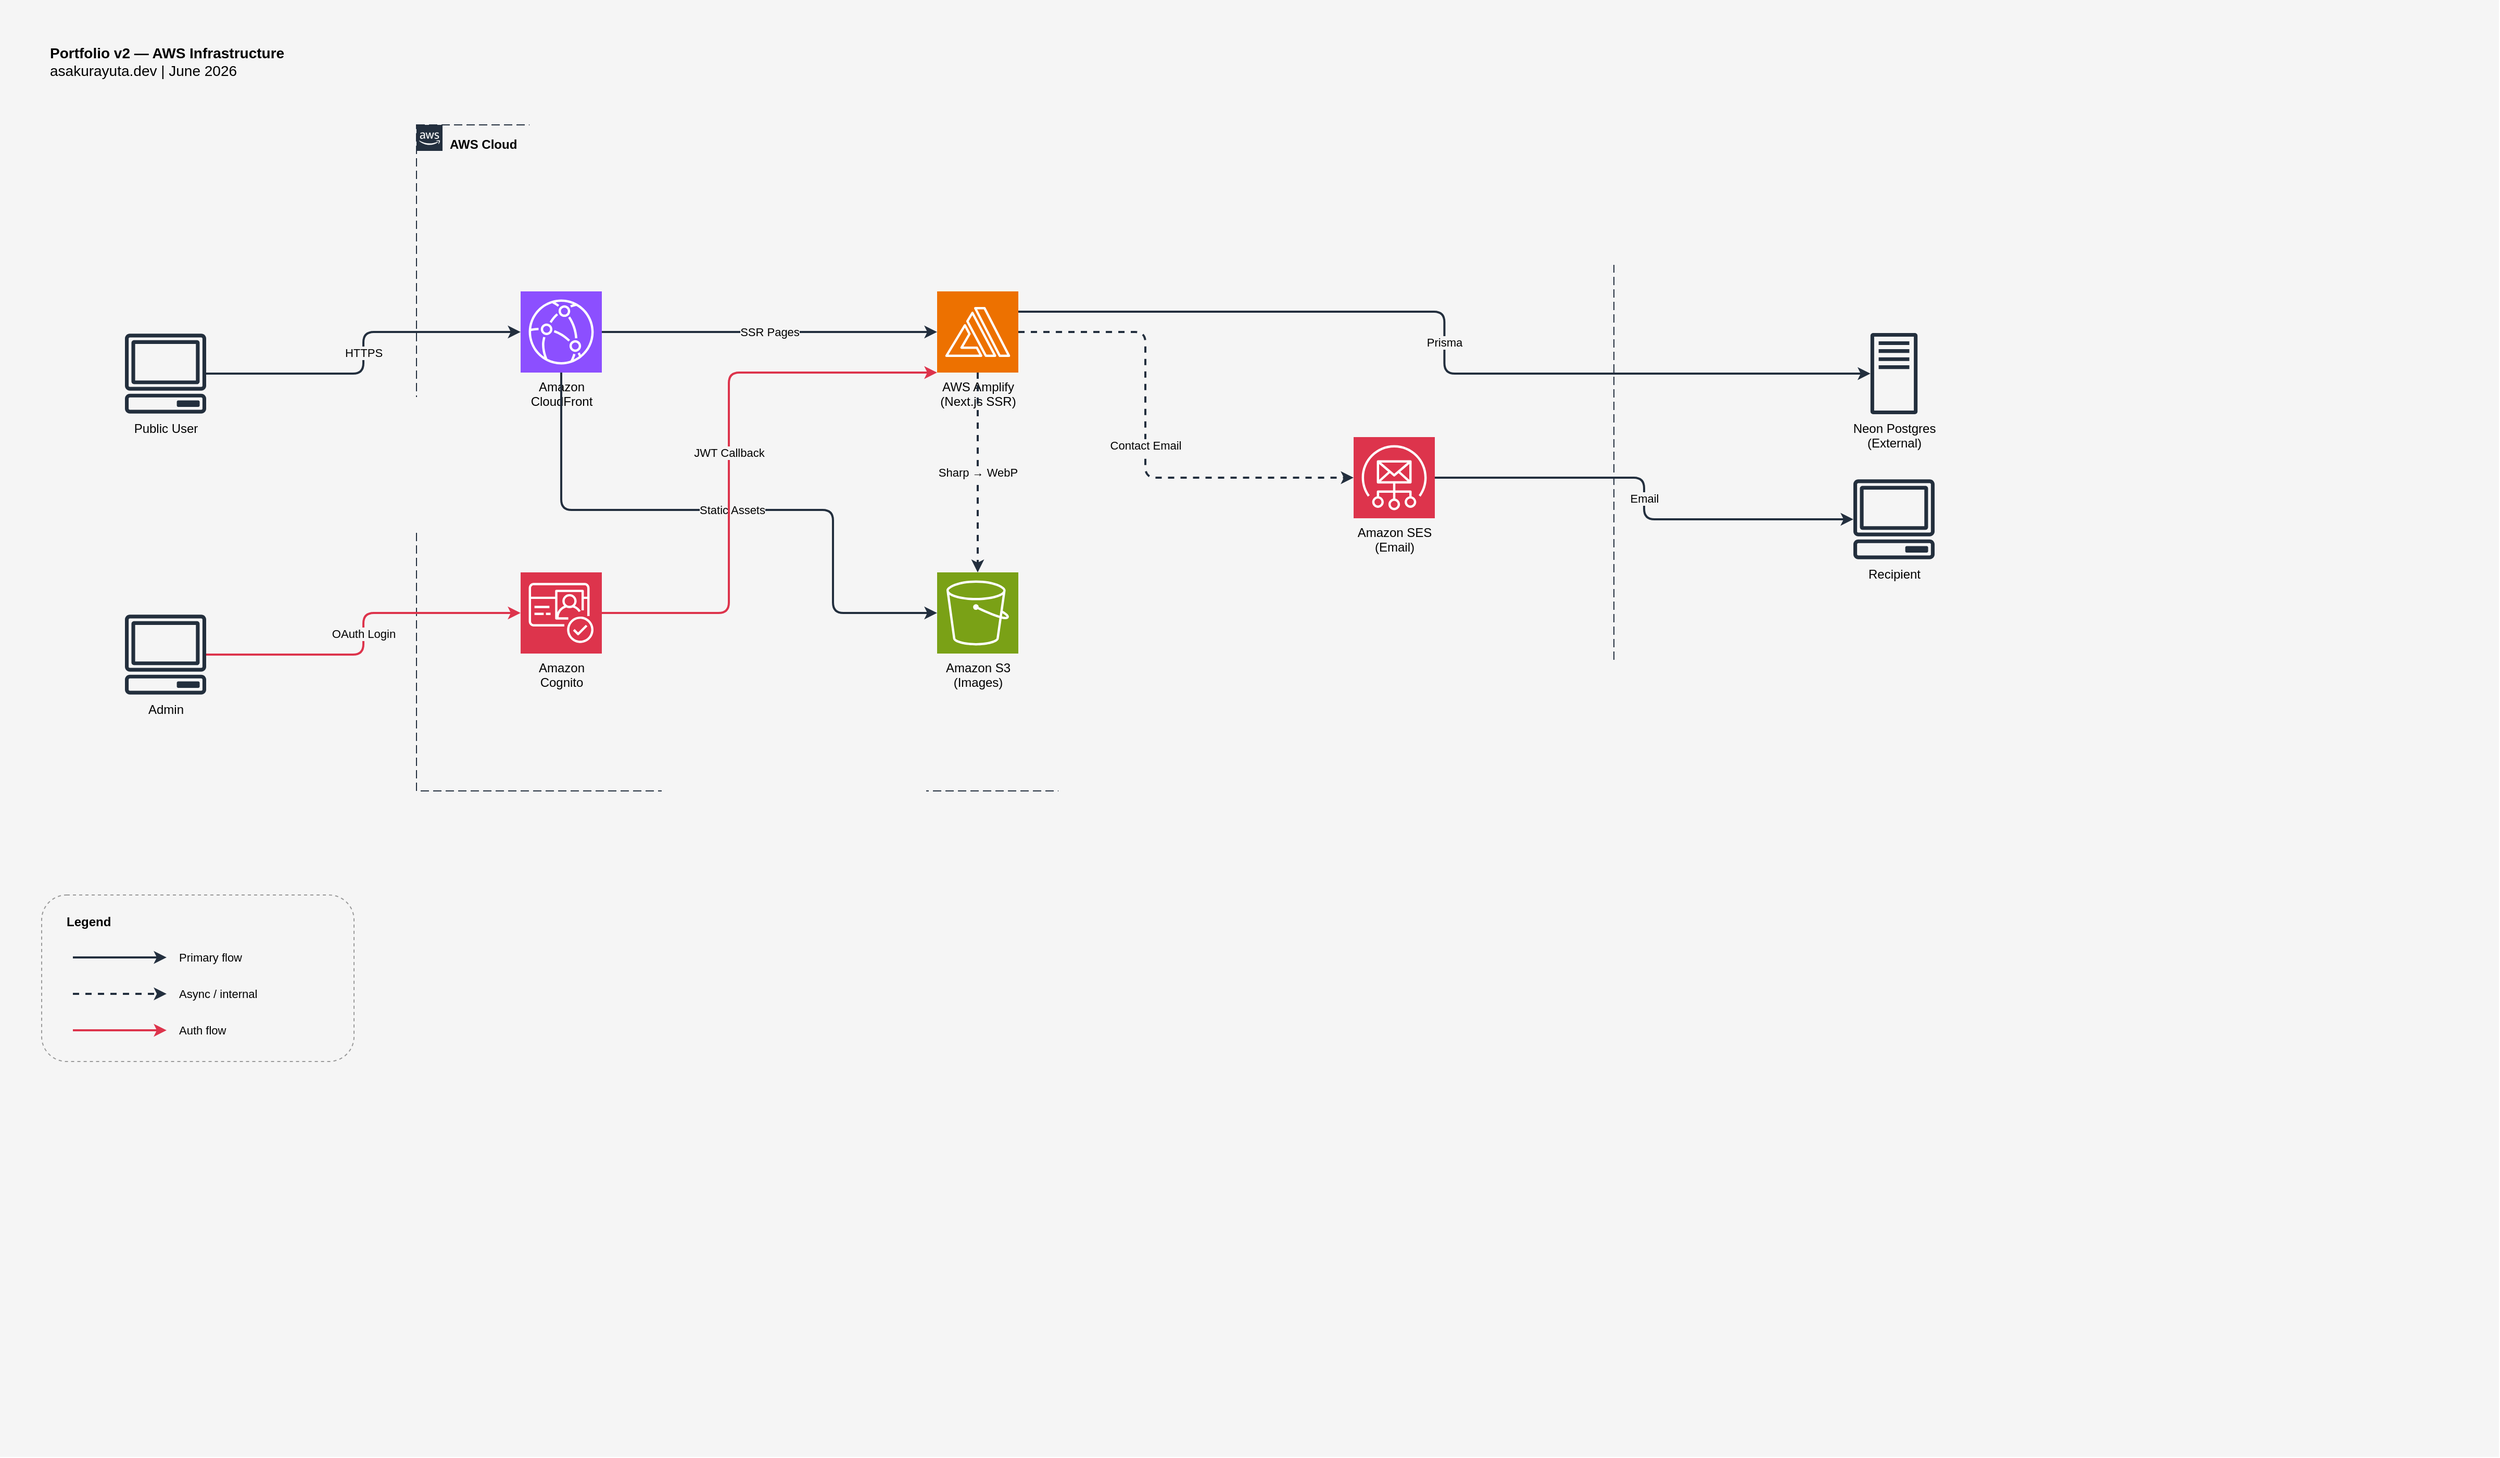
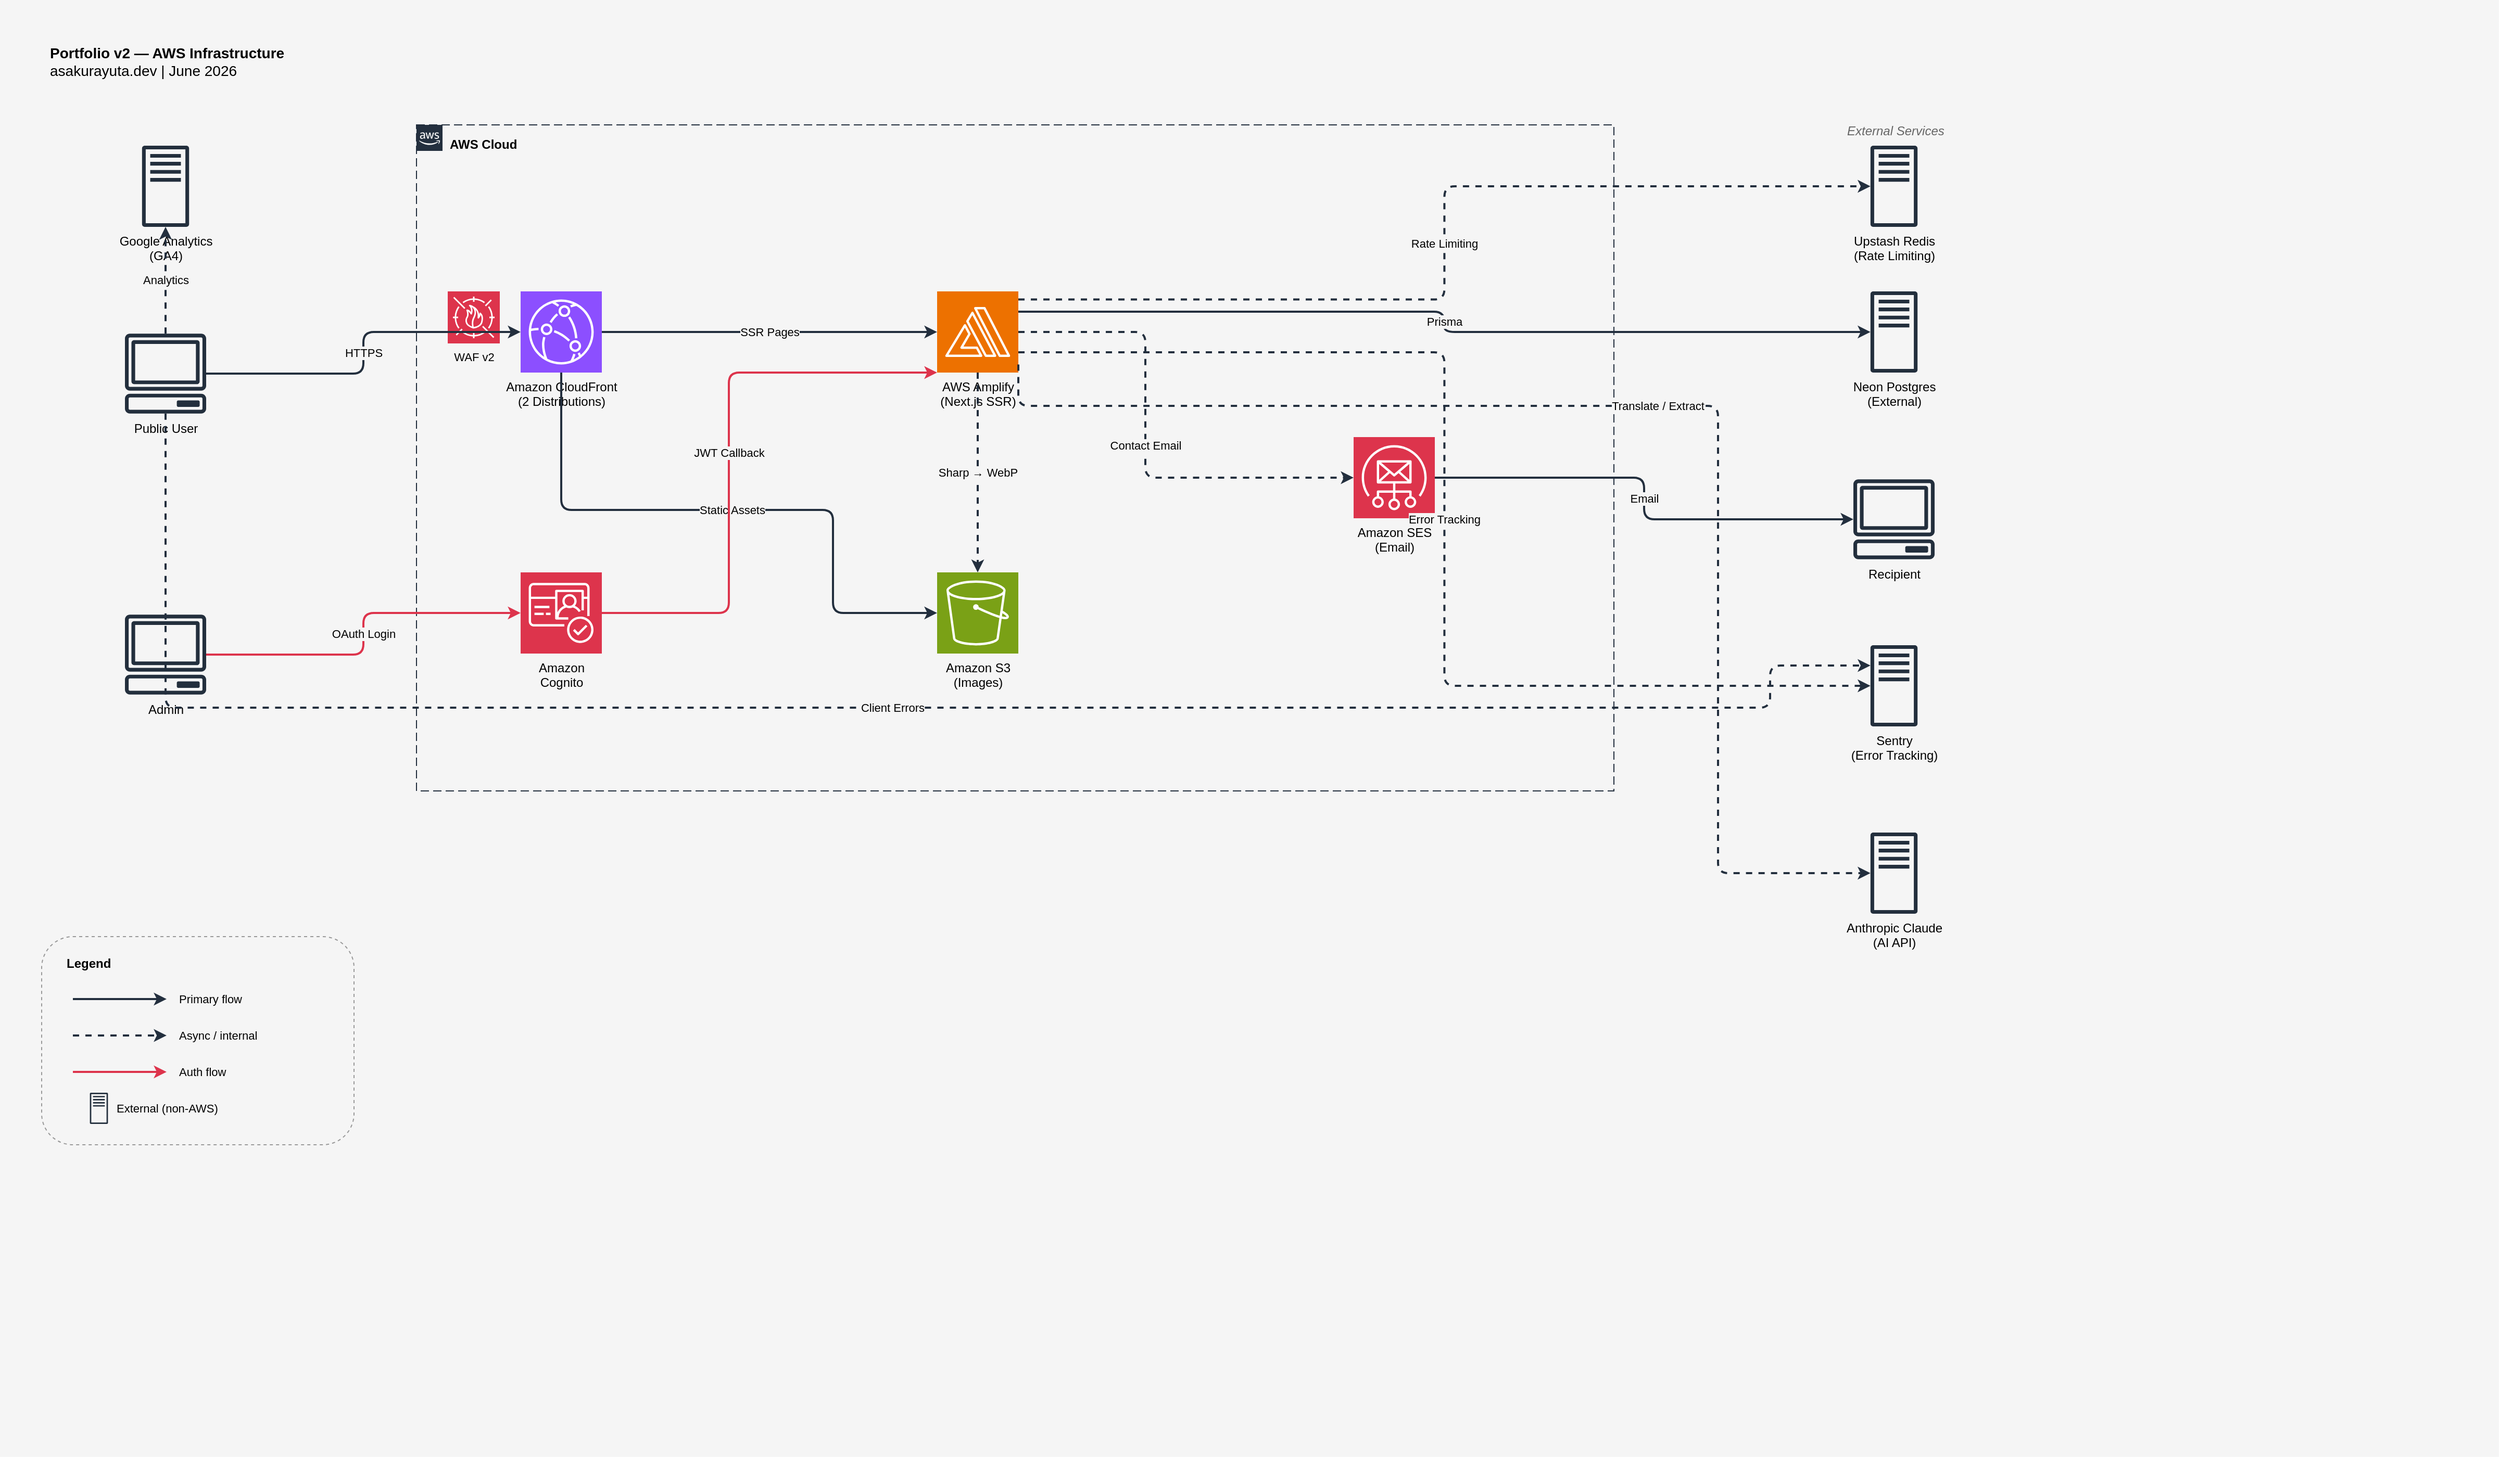
<mxfile host="Electron" agent="aws-architecture-diagram-skill">
  <diagram id="portfolio-infra" name="Portfolio Infrastructure">
    <mxGraphModel dx="1388" dy="1200" grid="1" gridSize="10" guides="1" tooltips="1" connect="1" arrows="1" fold="1" page="1" pageScale="1" pageWidth="2400" pageHeight="1400" math="0" shadow="0">
      <root>
        <mxCell id="0" />
        <mxCell id="1" parent="0" />
        <mxCell id="bg" parent="1" style="rounded=0;whiteSpace=wrap;html=1;fillColor=#F5F5F5;strokeColor=none;fontColor=#000000;labelBorderColor=light-dark(default, #050505);" value="" vertex="1">
          <mxGeometry height="1400" width="2400" as="geometry" />
        </mxCell>
        <mxCell id="title" parent="1" style="text;html=1;align=left;verticalAlign=top;whiteSpace=wrap;rounded=0;fontSize=14;spacing=8;fontColor=#000000;" value="&lt;b&gt;Portfolio v2 — AWS Infrastructure&lt;/b&gt;&lt;br&gt;asakurayuta.dev | June 2026" vertex="1">
          <mxGeometry height="60" width="420" x="40" y="30" as="geometry" />
        </mxCell>
        <mxCell id="aws-cloud" parent="1" style="points=[[0,0],[0.25,0],[0.5,0],[0.75,0],[1,0],[1,0.25],[1,0.5],[1,0.75],[1,1],[0.75,1],[0.5,1],[0.25,1],[0,1],[0,0.75],[0,0.5],[0,0.25]];outlineConnect=0;gradientColor=none;html=1;whiteSpace=wrap;fontSize=12;fontStyle=1;fontColor=#000000;container=1;dropTarget=1;pointerEvents=0;collapsible=0;recursiveResize=0;strokeColor=#232F3E;fillColor=none;dashed=1;dashPattern=8 4;shape=mxgraph.aws4.group;grIcon=mxgraph.aws4.group_aws_cloud_alt;verticalAlign=top;align=left;spacingLeft=30;spacingTop=5;" value="AWS Cloud" vertex="1">
          <mxGeometry height="640" width="1150" x="400" y="120" as="geometry" />
        </mxCell>
-         <mxCell id="cloudfront" parent="aws-cloud" style="sketch=0;points=[[0,0,0],[0.25,0,0],[0.5,0,0],[0.75,0,0],[1,0,0],[0,1,0],[0.25,1,0],[0.5,1,0],[0.75,1,0],[1,1,0],[0,0.25,0],[0,0.5,0],[0,0.75,0],[1,0.25,0],[1,0.5,0],[1,0.75,0]];outlineConnect=0;fontColor=#000000;fillColor=#8C4FFF;strokeColor=#ffffff;dashed=0;verticalLabelPosition=bottom;verticalAlign=top;align=center;html=1;fontSize=12;fontStyle=0;aspect=fixed;shape=mxgraph.aws4.resourceIcon;resIcon=mxgraph.aws4.cloudfront" value="Amazon&lt;br&gt;CloudFront" vertex="1">
+         <mxCell id="waf" parent="aws-cloud" style="sketch=0;points=[[0,0,0],[0.25,0,0],[0.5,0,0],[0.75,0,0],[1,0,0],[0,1,0],[0.25,1,0],[0.5,1,0],[0.75,1,0],[1,1,0],[0,0.25,0],[0,0.5,0],[0,0.75,0],[1,0.25,0],[1,0.5,0],[1,0.75,0]];outlineConnect=0;fontColor=#000000;fillColor=#DD344C;strokeColor=#ffffff;dashed=0;verticalLabelPosition=bottom;verticalAlign=top;align=center;html=1;fontSize=11;fontStyle=0;aspect=fixed;shape=mxgraph.aws4.resourceIcon;resIcon=mxgraph.aws4.waf" value="WAF v2" vertex="1">
+           <mxGeometry height="50" width="50" x="30" y="160" as="geometry" />
+         </mxCell>
+         <mxCell id="cloudfront" parent="aws-cloud" style="sketch=0;points=[[0,0,0],[0.25,0,0],[0.5,0,0],[0.75,0,0],[1,0,0],[0,1,0],[0.25,1,0],[0.5,1,0],[0.75,1,0],[1,1,0],[0,0.25,0],[0,0.5,0],[0,0.75,0],[1,0.25,0],[1,0.5,0],[1,0.75,0]];outlineConnect=0;fontColor=#000000;fillColor=#8C4FFF;strokeColor=#ffffff;dashed=0;verticalLabelPosition=bottom;verticalAlign=top;align=center;html=1;fontSize=12;fontStyle=0;aspect=fixed;shape=mxgraph.aws4.resourceIcon;resIcon=mxgraph.aws4.cloudfront" value="Amazon CloudFront&lt;br&gt;(2 Distributions)" vertex="1">
          <mxGeometry height="78" width="78" x="100" y="160" as="geometry" />
        </mxCell>
        <mxCell id="amplify" parent="aws-cloud" style="sketch=0;points=[[0,0,0],[0.25,0,0],[0.5,0,0],[0.75,0,0],[1,0,0],[0,1,0],[0.25,1,0],[0.5,1,0],[0.75,1,0],[1,1,0],[0,0.25,0],[0,0.5,0],[0,0.75,0],[1,0.25,0],[1,0.5,0],[1,0.75,0]];outlineConnect=0;fontColor=#000000;fillColor=#ED7100;strokeColor=#ffffff;dashed=0;verticalLabelPosition=bottom;verticalAlign=top;align=center;html=1;fontSize=12;fontStyle=0;aspect=fixed;shape=mxgraph.aws4.resourceIcon;resIcon=mxgraph.aws4.amplify" value="AWS Amplify&lt;br&gt;(Next.js SSR)" vertex="1">
          <mxGeometry height="78" width="78" x="500" y="160" as="geometry" />
        </mxCell>
        <mxCell id="cognito" parent="aws-cloud" style="sketch=0;points=[[0,0,0],[0.25,0,0],[0.5,0,0],[0.75,0,0],[1,0,0],[0,1,0],[0.25,1,0],[0.5,1,0],[0.75,1,0],[1,1,0],[0,0.25,0],[0,0.5,0],[0,0.75,0],[1,0.25,0],[1,0.5,0],[1,0.75,0]];outlineConnect=0;fontColor=#000000;fillColor=#DD344C;strokeColor=#ffffff;dashed=0;verticalLabelPosition=bottom;verticalAlign=top;align=center;html=1;fontSize=12;fontStyle=0;aspect=fixed;shape=mxgraph.aws4.resourceIcon;resIcon=mxgraph.aws4.cognito" value="Amazon&lt;br&gt;Cognito" vertex="1">
          <mxGeometry height="78" width="78" x="100" y="430" as="geometry" />
        </mxCell>
        <mxCell id="s3" parent="aws-cloud" style="sketch=0;points=[[0,0,0],[0.25,0,0],[0.5,0,0],[0.75,0,0],[1,0,0],[0,1,0],[0.25,1,0],[0.5,1,0],[0.75,1,0],[1,1,0],[0,0.25,0],[0,0.5,0],[0,0.75,0],[1,0.25,0],[1,0.5,0],[1,0.75,0]];outlineConnect=0;fontColor=#000000;fillColor=#7AA116;strokeColor=#ffffff;dashed=0;verticalLabelPosition=bottom;verticalAlign=top;align=center;html=1;fontSize=12;fontStyle=0;aspect=fixed;shape=mxgraph.aws4.resourceIcon;resIcon=mxgraph.aws4.s3" value="Amazon S3&lt;br&gt;(Images)" vertex="1">
          <mxGeometry height="78" width="78" x="500" y="430" as="geometry" />
        </mxCell>
        <mxCell id="ses" parent="aws-cloud" style="sketch=0;points=[[0,0,0],[0.25,0,0],[0.5,0,0],[0.75,0,0],[1,0,0],[0,1,0],[0.25,1,0],[0.5,1,0],[0.75,1,0],[1,1,0],[0,0.25,0],[0,0.5,0],[0,0.75,0],[1,0.25,0],[1,0.5,0],[1,0.75,0]];outlineConnect=0;fontColor=#000000;fillColor=#DD344C;strokeColor=#ffffff;dashed=0;verticalLabelPosition=bottom;verticalAlign=top;align=center;html=1;fontSize=12;fontStyle=0;aspect=fixed;shape=mxgraph.aws4.resourceIcon;resIcon=mxgraph.aws4.simple_email_service" value="Amazon SES&lt;br&gt;(Email)" vertex="1">
          <mxGeometry height="78" width="78" x="900" y="300" as="geometry" />
        </mxCell>
        <mxCell id="cf-amplify" edge="1" parent="aws-cloud" source="cloudfront" style="edgeStyle=orthogonalEdgeStyle;rounded=1;orthogonalLoop=1;jettySize=auto;html=1;strokeWidth=2;strokeColor=#232F3E;exitX=1;exitY=0.5;exitDx=0;exitDy=0;entryX=0;entryY=0.5;entryDx=0;entryDy=0;labelBackgroundColor=#F5F5F5;fontSize=11;fontColor=#000000;" target="amplify" value="SSR Pages">
          <mxGeometry relative="1" as="geometry" />
        </mxCell>
        <mxCell id="cf-s3" edge="1" parent="aws-cloud" source="cloudfront" style="edgeStyle=orthogonalEdgeStyle;rounded=1;orthogonalLoop=1;jettySize=auto;html=1;strokeWidth=2;strokeColor=#232F3E;exitX=0.5;exitY=1;exitDx=0;exitDy=0;entryX=0;entryY=0.5;entryDx=0;entryDy=0;labelBackgroundColor=#F5F5F5;fontSize=11;fontColor=#000000;" target="s3" value="Static Assets">
          <mxGeometry relative="1" as="geometry">
            <Array as="points">
              <mxPoint x="139" y="370" />
              <mxPoint x="400" y="370" />
              <mxPoint x="400" y="469" />
            </Array>
          </mxGeometry>
        </mxCell>
        <mxCell id="amplify-s3" edge="1" parent="aws-cloud" source="amplify" style="edgeStyle=orthogonalEdgeStyle;rounded=1;orthogonalLoop=1;jettySize=auto;html=1;strokeWidth=2;strokeColor=#232F3E;dashed=1;exitX=0.5;exitY=1;exitDx=0;exitDy=0;entryX=0.5;entryY=0;entryDx=0;entryDy=0;labelBackgroundColor=#F5F5F5;fontSize=11;fontColor=#000000;" target="s3" value="Sharp → WebP">
          <mxGeometry relative="1" as="geometry" />
        </mxCell>
        <mxCell id="cognito-amplify" edge="1" parent="aws-cloud" source="cognito" style="edgeStyle=orthogonalEdgeStyle;rounded=1;orthogonalLoop=1;jettySize=auto;html=1;strokeWidth=2;strokeColor=#DD344C;exitX=1;exitY=0.5;exitDx=0;exitDy=0;entryX=0;entryY=1;entryDx=0;entryDy=0;labelBackgroundColor=#F5F5F5;fontSize=11;fontColor=#000000;" target="amplify" value="JWT Callback">
          <mxGeometry relative="1" as="geometry">
            <Array as="points">
              <mxPoint x="300" y="469" />
              <mxPoint x="300" y="238" />
            </Array>
          </mxGeometry>
        </mxCell>
        <mxCell id="amplify-ses" edge="1" parent="aws-cloud" source="amplify" style="edgeStyle=orthogonalEdgeStyle;rounded=1;orthogonalLoop=1;jettySize=auto;html=1;strokeWidth=2;strokeColor=#232F3E;dashed=1;exitX=1;exitY=0.5;exitDx=0;exitDy=0;entryX=0;entryY=0.5;entryDx=0;entryDy=0;labelBackgroundColor=#F5F5F5;fontSize=11;fontColor=#000000;" target="ses" value="Contact Email">
          <mxGeometry relative="1" as="geometry">
            <Array as="points">
              <mxPoint x="700" y="199" />
              <mxPoint x="700" y="339" />
            </Array>
          </mxGeometry>
        </mxCell>
        <mxCell id="user" parent="1" style="sketch=0;outlineConnect=0;fontColor=#000000;fillColor=#232F3D;strokeColor=none;dashed=0;verticalLabelPosition=bottom;verticalAlign=top;align=center;html=1;fontSize=12;fontStyle=0;aspect=fixed;shape=mxgraph.aws4.client" value="Public User" vertex="1">
          <mxGeometry height="78" width="78" x="120" y="320" as="geometry" />
        </mxCell>
        <mxCell id="admin" parent="1" style="sketch=0;outlineConnect=0;fontColor=#000000;fillColor=#232F3D;strokeColor=none;dashed=0;verticalLabelPosition=bottom;verticalAlign=top;align=center;html=1;fontSize=12;fontStyle=0;aspect=fixed;shape=mxgraph.aws4.client" value="Admin" vertex="1">
          <mxGeometry height="78" width="78" x="120" y="590" as="geometry" />
        </mxCell>
        <mxCell id="neon" parent="1" style="sketch=0;outlineConnect=0;fontColor=#000000;fillColor=#232F3D;strokeColor=none;dashed=0;verticalLabelPosition=bottom;verticalAlign=top;align=center;html=1;fontSize=12;fontStyle=0;aspect=fixed;shape=mxgraph.aws4.traditional_server" value="Neon Postgres&lt;br&gt;(External)" vertex="1">
-           <mxGeometry height="78" width="78" x="1780" y="320" as="geometry" />
+           <mxGeometry height="78" width="78" x="1780" y="280" as="geometry" />
        </mxCell>
        <mxCell id="email-out" parent="1" style="sketch=0;outlineConnect=0;fontColor=#000000;fillColor=#232F3D;strokeColor=none;dashed=0;verticalLabelPosition=bottom;verticalAlign=top;align=center;html=1;fontSize=12;fontStyle=0;aspect=fixed;shape=mxgraph.aws4.client" value="Recipient" vertex="1">
          <mxGeometry height="78" width="78" x="1780" y="460" as="geometry" />
+         </mxCell>
+         <mxCell id="upstash" parent="1" style="sketch=0;outlineConnect=0;fontColor=#000000;fillColor=#232F3D;strokeColor=none;dashed=0;verticalLabelPosition=bottom;verticalAlign=top;align=center;html=1;fontSize=12;fontStyle=0;aspect=fixed;shape=mxgraph.aws4.traditional_server" value="Upstash Redis&lt;br&gt;(Rate Limiting)" vertex="1">
+           <mxGeometry height="78" width="78" x="1780" y="140" as="geometry" />
+         </mxCell>
+         <mxCell id="sentry" parent="1" style="sketch=0;outlineConnect=0;fontColor=#000000;fillColor=#232F3D;strokeColor=none;dashed=0;verticalLabelPosition=bottom;verticalAlign=top;align=center;html=1;fontSize=12;fontStyle=0;aspect=fixed;shape=mxgraph.aws4.traditional_server" value="Sentry&lt;br&gt;(Error Tracking)" vertex="1">
+           <mxGeometry height="78" width="78" x="1780" y="620" as="geometry" />
+         </mxCell>
+         <mxCell id="anthropic" parent="1" style="sketch=0;outlineConnect=0;fontColor=#000000;fillColor=#232F3D;strokeColor=none;dashed=0;verticalLabelPosition=bottom;verticalAlign=top;align=center;html=1;fontSize=12;fontStyle=0;aspect=fixed;shape=mxgraph.aws4.traditional_server" value="Anthropic Claude&lt;br&gt;(AI API)" vertex="1">
+           <mxGeometry height="78" width="78" x="1780" y="800" as="geometry" />
+         </mxCell>
+         <mxCell id="ga" parent="1" style="sketch=0;outlineConnect=0;fontColor=#000000;fillColor=#232F3D;strokeColor=none;dashed=0;verticalLabelPosition=bottom;verticalAlign=top;align=center;html=1;fontSize=12;fontStyle=0;aspect=fixed;shape=mxgraph.aws4.traditional_server" value="Google Analytics&lt;br&gt;(GA4)" vertex="1">
+           <mxGeometry height="78" width="78" x="120" y="140" as="geometry" />
        </mxCell>
        <mxCell id="edge-user-cf" edge="1" parent="1" source="user" style="edgeStyle=orthogonalEdgeStyle;rounded=1;orthogonalLoop=1;jettySize=auto;html=1;strokeWidth=2;strokeColor=#232F3E;exitX=1;exitY=0.5;exitDx=0;exitDy=0;entryX=0;entryY=0.5;entryDx=0;entryDy=0;labelBackgroundColor=#F5F5F5;fontSize=11;fontColor=#000000;" target="cloudfront" value="HTTPS">
          <mxGeometry relative="1" as="geometry" />
        </mxCell>
        <mxCell id="edge-admin-cognito" edge="1" parent="1" source="admin" style="edgeStyle=orthogonalEdgeStyle;rounded=1;orthogonalLoop=1;jettySize=auto;html=1;strokeWidth=2;strokeColor=#DD344C;exitX=1;exitY=0.5;exitDx=0;exitDy=0;entryX=0;entryY=0.5;entryDx=0;entryDy=0;labelBackgroundColor=#F5F5F5;fontSize=11;fontColor=#000000;" target="cognito" value="OAuth Login">
          <mxGeometry relative="1" as="geometry" />
        </mxCell>
        <mxCell id="edge-amplify-neon" edge="1" parent="1" source="amplify" style="edgeStyle=orthogonalEdgeStyle;rounded=1;orthogonalLoop=1;jettySize=auto;html=1;strokeWidth=2;strokeColor=#232F3E;exitX=1;exitY=0.25;exitDx=0;exitDy=0;entryX=0;entryY=0.5;entryDx=0;entryDy=0;labelBackgroundColor=#F5F5F5;fontSize=11;fontColor=#000000;" target="neon" value="Prisma">
          <mxGeometry relative="1" as="geometry" />
        </mxCell>
        <mxCell id="edge-ses-out" edge="1" parent="1" source="ses" style="edgeStyle=orthogonalEdgeStyle;rounded=1;orthogonalLoop=1;jettySize=auto;html=1;strokeWidth=2;strokeColor=#232F3E;exitX=1;exitY=0.5;exitDx=0;exitDy=0;entryX=0;entryY=0.5;entryDx=0;entryDy=0;labelBackgroundColor=#F5F5F5;fontSize=11;fontColor=#000000;" target="email-out" value="Email">
          <mxGeometry relative="1" as="geometry" />
        </mxCell>
+         <mxCell id="edge-amplify-upstash" edge="1" parent="1" source="amplify" style="edgeStyle=orthogonalEdgeStyle;rounded=1;orthogonalLoop=1;jettySize=auto;html=1;strokeWidth=2;strokeColor=#232F3E;dashed=1;exitX=1;exitY=0.1;exitDx=0;exitDy=0;entryX=0;entryY=0.5;entryDx=0;entryDy=0;labelBackgroundColor=#F5F5F5;fontSize=11;fontColor=#000000;" target="upstash" value="Rate Limiting">
+           <mxGeometry relative="1" as="geometry" />
+         </mxCell>
+         <mxCell id="edge-amplify-sentry" edge="1" parent="1" source="amplify" style="edgeStyle=orthogonalEdgeStyle;rounded=1;orthogonalLoop=1;jettySize=auto;html=1;strokeWidth=2;strokeColor=#232F3E;dashed=1;exitX=1;exitY=0.75;exitDx=0;exitDy=0;entryX=0;entryY=0.5;entryDx=0;entryDy=0;labelBackgroundColor=#F5F5F5;fontSize=11;fontColor=#000000;" target="sentry" value="Error Tracking">
+           <mxGeometry relative="1" as="geometry" />
+         </mxCell>
+         <mxCell id="edge-user-sentry" edge="1" parent="1" source="user" style="edgeStyle=orthogonalEdgeStyle;rounded=1;orthogonalLoop=1;jettySize=auto;html=1;strokeWidth=2;strokeColor=#232F3E;dashed=1;exitX=0.5;exitY=1;exitDx=0;exitDy=0;entryX=0;entryY=0.25;entryDx=0;entryDy=0;labelBackgroundColor=#F5F5F5;fontSize=11;fontColor=#000000;" target="sentry" value="Client Errors">
+           <mxGeometry relative="1" as="geometry">
+             <Array as="points">
+               <mxPoint x="159" y="680" />
+               <mxPoint x="1700" y="680" />
+               <mxPoint x="1700" y="640" />
+             </Array>
+           </mxGeometry>
+         </mxCell>
+         <mxCell id="edge-amplify-anthropic" edge="1" parent="1" source="amplify" style="edgeStyle=orthogonalEdgeStyle;rounded=1;orthogonalLoop=1;jettySize=auto;html=1;strokeWidth=2;strokeColor=#232F3E;dashed=1;exitX=1;exitY=0.9;exitDx=0;exitDy=0;entryX=0;entryY=0.5;entryDx=0;entryDy=0;labelBackgroundColor=#F5F5F5;fontSize=11;fontColor=#000000;" target="anthropic" value="Translate / Extract">
+           <mxGeometry relative="1" as="geometry">
+             <Array as="points">
+               <mxPoint x="1650" y="390" />
+               <mxPoint x="1650" y="839" />
+             </Array>
+           </mxGeometry>
+         </mxCell>
+         <mxCell id="edge-user-ga" edge="1" parent="1" source="user" style="edgeStyle=orthogonalEdgeStyle;rounded=1;orthogonalLoop=1;jettySize=auto;html=1;strokeWidth=2;strokeColor=#232F3E;dashed=1;exitX=0.5;exitY=0;exitDx=0;exitDy=0;entryX=0.5;entryY=1;entryDx=0;entryDy=0;labelBackgroundColor=#F5F5F5;fontSize=11;fontColor=#000000;" target="ga" value="Analytics">
+           <mxGeometry relative="1" as="geometry" />
+         </mxCell>
+         <mxCell id="ext-label" parent="1" style="text;html=1;align=left;verticalAlign=top;whiteSpace=wrap;rounded=0;fontSize=12;spacing=4;fontColor=#666666;fontStyle=2;" value="External Services" vertex="1">
+           <mxGeometry height="24" width="140" x="1770" y="110" as="geometry" />
+         </mxCell>
        <mxCell id="legend-box" parent="1" style="rounded=1;whiteSpace=wrap;html=1;fillColor=none;strokeColor=#999999;dashed=1;fontColor=#000000;" value="" vertex="1">
-           <mxGeometry height="160" width="300" x="40" y="860" as="geometry" />
+           <mxGeometry height="200" width="300" x="40" y="900" as="geometry" />
        </mxCell>
        <mxCell id="legend-title" parent="1" style="text;html=1;align=left;verticalAlign=top;whiteSpace=wrap;rounded=0;fontSize=12;spacing=4;fontColor=#000000;" value="&lt;b&gt;Legend&lt;/b&gt;" vertex="1">
-           <mxGeometry height="24" width="100" x="60" y="870" as="geometry" />
+           <mxGeometry height="24" width="100" x="60" y="910" as="geometry" />
        </mxCell>
        <mxCell id="leg1" edge="1" parent="1" style="endArrow=classic;html=1;strokeWidth=2;strokeColor=#232F3E;fontColor=#000000;" value="">
          <mxGeometry relative="1" as="geometry">
-             <mxPoint x="70" y="920" as="sourcePoint" />
-             <mxPoint x="160" y="920" as="targetPoint" />
+             <mxPoint x="70" y="960" as="sourcePoint" />
+             <mxPoint x="160" y="960" as="targetPoint" />
          </mxGeometry>
        </mxCell>
        <mxCell id="leg1-label" parent="1" style="text;html=1;align=left;verticalAlign=middle;whiteSpace=wrap;rounded=0;fontSize=11;fontColor=#000000;" value="Primary flow" vertex="1">
-           <mxGeometry height="24" width="100" x="170" y="908" as="geometry" />
+           <mxGeometry height="24" width="100" x="170" y="948" as="geometry" />
        </mxCell>
        <mxCell id="leg2" edge="1" parent="1" style="endArrow=classic;html=1;strokeWidth=2;strokeColor=#232F3E;dashed=1;fontColor=#000000;" value="">
          <mxGeometry relative="1" as="geometry">
-             <mxPoint x="70" y="955" as="sourcePoint" />
-             <mxPoint x="160" y="955" as="targetPoint" />
+             <mxPoint x="70" y="995" as="sourcePoint" />
+             <mxPoint x="160" y="995" as="targetPoint" />
          </mxGeometry>
        </mxCell>
        <mxCell id="leg2-label" parent="1" style="text;html=1;align=left;verticalAlign=middle;whiteSpace=wrap;rounded=0;fontSize=11;fontColor=#000000;" value="Async / internal" vertex="1">
-           <mxGeometry height="24" width="110" x="170" y="943" as="geometry" />
+           <mxGeometry height="24" width="110" x="170" y="983" as="geometry" />
        </mxCell>
        <mxCell id="leg3" edge="1" parent="1" style="endArrow=classic;html=1;strokeWidth=2;strokeColor=#DD344C;fontColor=#000000;" value="">
          <mxGeometry relative="1" as="geometry">
-             <mxPoint x="70" y="990" as="sourcePoint" />
-             <mxPoint x="160" y="990" as="targetPoint" />
+             <mxPoint x="70" y="1030" as="sourcePoint" />
+             <mxPoint x="160" y="1030" as="targetPoint" />
          </mxGeometry>
        </mxCell>
        <mxCell id="leg3-label" parent="1" style="text;html=1;align=left;verticalAlign=middle;whiteSpace=wrap;rounded=0;fontSize=11;fontColor=#000000;" value="Auth flow" vertex="1">
-           <mxGeometry height="24" width="100" x="170" y="978" as="geometry" />
+           <mxGeometry height="24" width="100" x="170" y="1018" as="geometry" />
+         </mxCell>
+         <mxCell id="leg4" parent="1" style="sketch=0;outlineConnect=0;fontColor=#000000;fillColor=#232F3D;strokeColor=none;dashed=0;verticalLabelPosition=middle;verticalAlign=middle;align=left;html=1;fontSize=11;fontStyle=0;aspect=fixed;shape=mxgraph.aws4.traditional_server;labelPosition=right;" value="External (non-AWS)" vertex="1">
+           <mxGeometry height="30" width="30" x="80" y="1050" as="geometry" />
        </mxCell>
      </root>
    </mxGraphModel>
  </diagram>
</mxfile>
